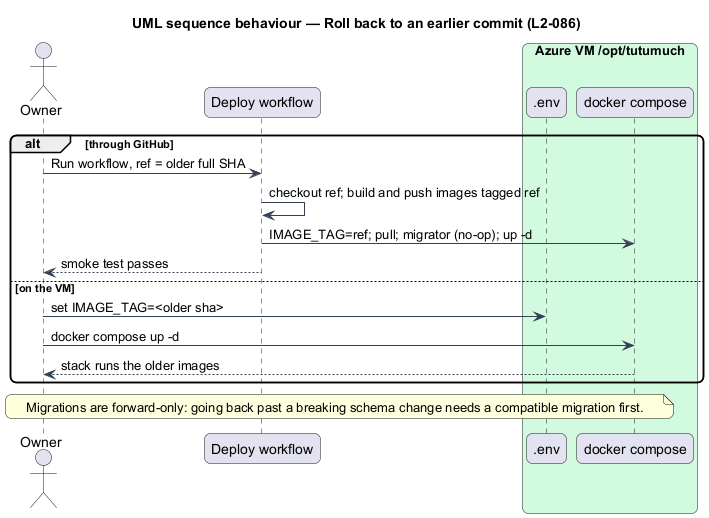
The PlantUML diagram docs/detailed-designs/platform/deploy-to-production/diagrams/sequence-rollback.png in QuinntyneBrown/sycapooke, before a commit. The source it was exported from:
```plantuml
@startuml
title UML sequence behaviour — Roll back to an earlier commit (L2-086)
skinparam backgroundColor #FFFFFF
skinparam shadowing false
skinparam roundcorner 12
skinparam defaultFontName Arial
skinparam ArrowColor #344054
actor "Owner" as owner
participant "Deploy workflow" as deploy
box "Azure VM /opt/tutumuch" #D1FADF
  participant ".env" as env
  participant "docker compose" as compose
end box
alt through GitHub
  owner -> deploy : Run workflow, ref = older full SHA
  deploy -> deploy : checkout ref; build and push images tagged ref
  deploy -> compose : IMAGE_TAG=ref; pull; migrator (no-op); up -d
  deploy --> owner : smoke test passes
else on the VM
  owner -> env : set IMAGE_TAG=<older sha>
  owner -> compose : docker compose up -d
  compose --> owner : stack runs the older images
end
note over owner, compose : Migrations are forward-only: going back past a breaking schema change needs a compatible migration first.
@enduml
```
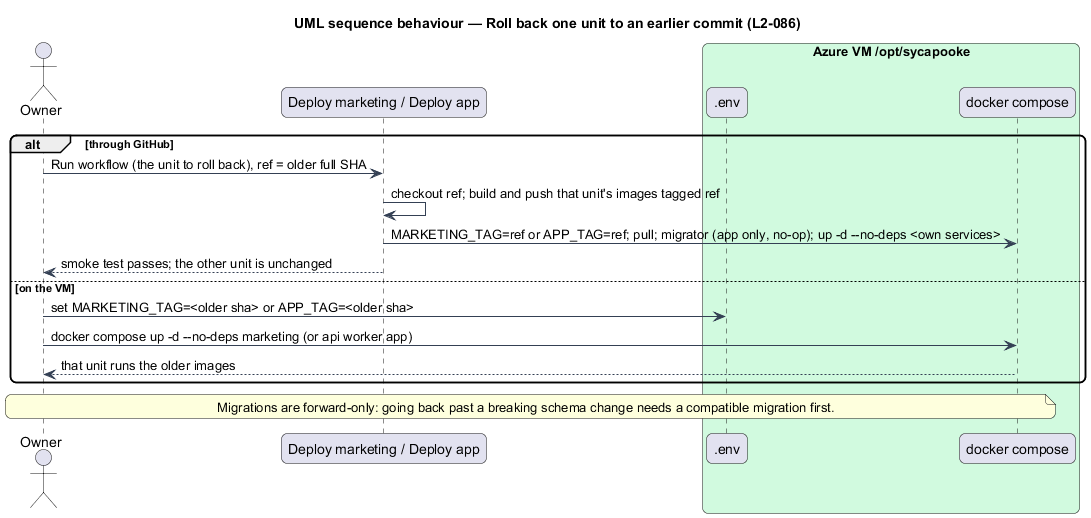
The same file after the commit.

What changed in the source:
```diff
@@ -1,25 +1,25 @@
 @startuml
-title UML sequence behaviour — Roll back to an earlier commit (L2-086)
+title UML sequence behaviour — Roll back one unit to an earlier commit (L2-086)
 skinparam backgroundColor #FFFFFF
 skinparam shadowing false
 skinparam roundcorner 12
 skinparam defaultFontName Arial
 skinparam ArrowColor #344054
 actor "Owner" as owner
-participant "Deploy workflow" as deploy
-box "Azure VM /opt/tutumuch" #D1FADF
+participant "Deploy marketing / Deploy app" as deploy
+box "Azure VM /opt/sycapooke" #D1FADF
   participant ".env" as env
   participant "docker compose" as compose
 end box
 alt through GitHub
-  owner -> deploy : Run workflow, ref = older full SHA
-  deploy -> deploy : checkout ref; build and push images tagged ref
-  deploy -> compose : IMAGE_TAG=ref; pull; migrator (no-op); up -d
-  deploy --> owner : smoke test passes
+  owner -> deploy : Run workflow (the unit to roll back), ref = older full SHA
+  deploy -> deploy : checkout ref; build and push that unit's images tagged ref
+  deploy -> compose : MARKETING_TAG=ref or APP_TAG=ref; pull; migrator (app only, no-op); up -d --no-deps <own services>
+  deploy --> owner : smoke test passes; the other unit is unchanged
 else on the VM
-  owner -> env : set IMAGE_TAG=<older sha>
-  owner -> compose : docker compose up -d
-  compose --> owner : stack runs the older images
+  owner -> env : set MARKETING_TAG=<older sha> or APP_TAG=<older sha>
+  owner -> compose : docker compose up -d --no-deps marketing (or api worker app)
+  compose --> owner : that unit runs the older images
 end
 note over owner, compose : Migrations are forward-only: going back past a breaking schema change needs a compatible migration first.
 @enduml
```
